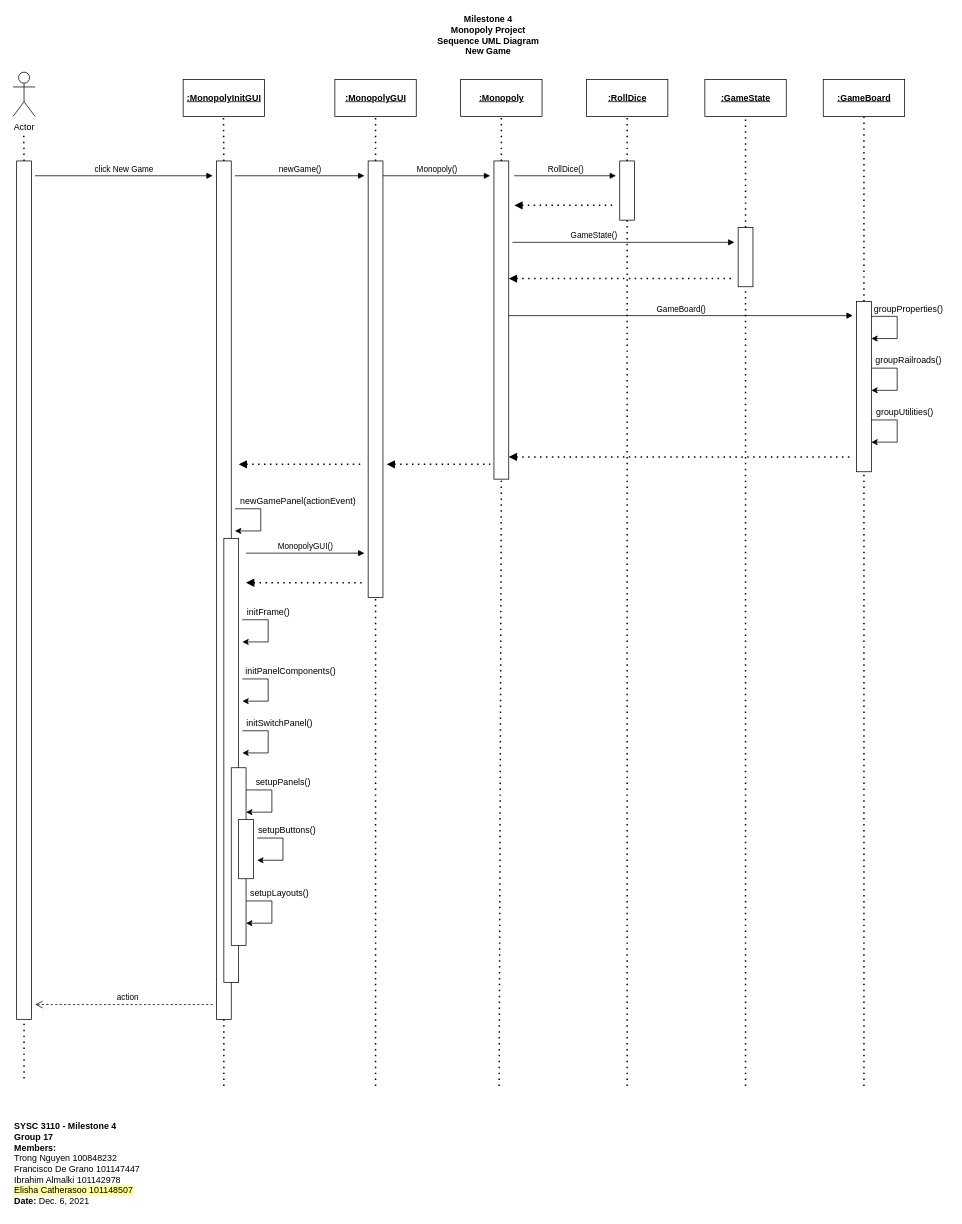
trong0dn/monopoly keeps this draw.io diagram as page "SequenceUML_2" (3 of 5) of M4_ClassUML.drawio. Above is the earlier version. Source tidied: cells renumbered, new cells numbered last; positions are measured from the earlier drawing's top-left corner, leaving out a move shared by most shapes. Both pictures are drawn from the tidied source at 74%, with x=0, y=0 at pixel (13, 13).
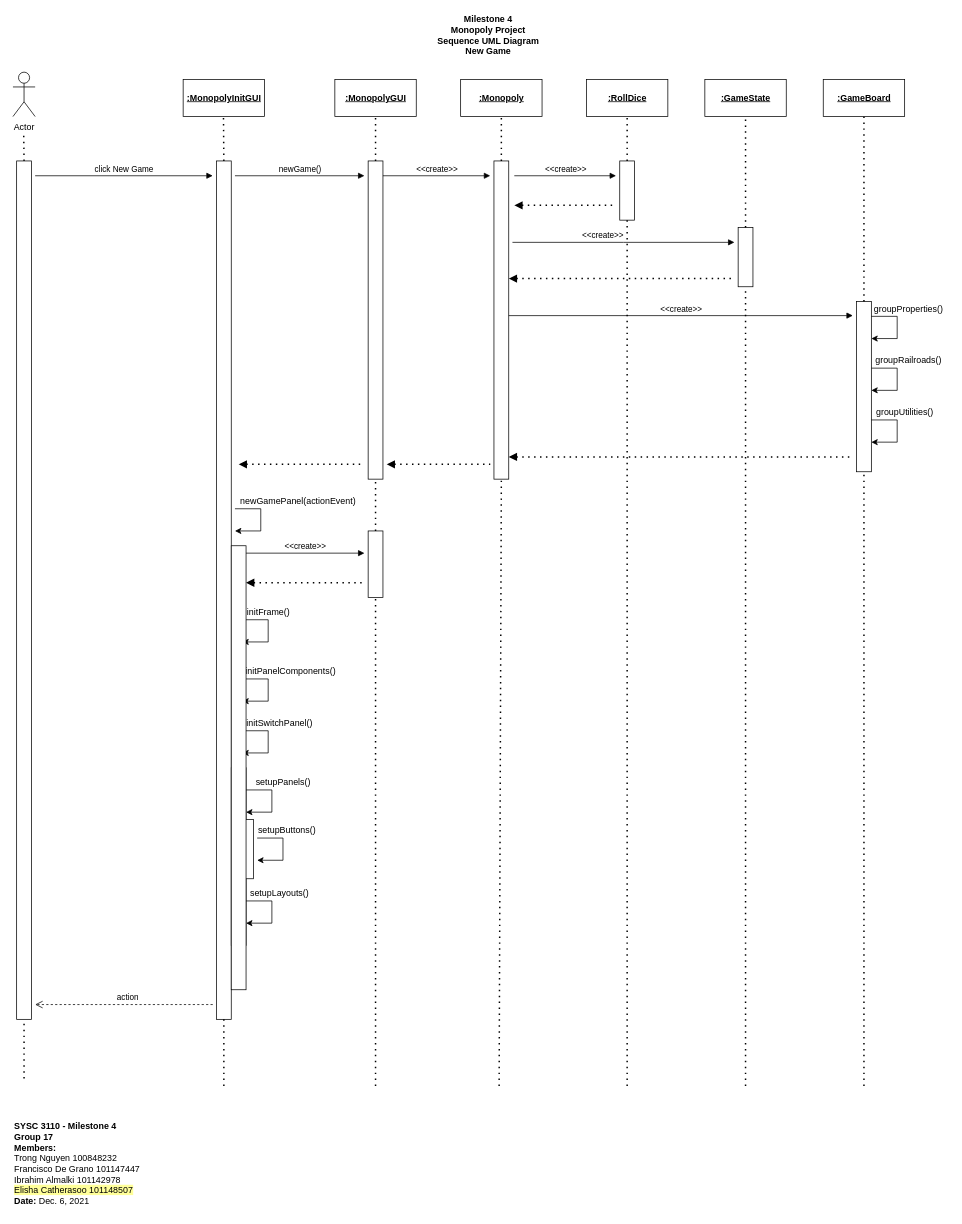
Above is the later version.

What changed in the source:
```diff
@@
     <mxCell id="21" style="rounded=0;whiteSpace=wrap;html=1;align=left;" parent="1" vertex="1">
-      <mxGeometry x="480" y="200" width="20" height="590" as="geometry" />
+      <mxGeometry x="480" y="200" width="20" height="430" as="geometry" />
     </mxCell>
@@
-    <mxCell id="27" value="Monopoly()" style="html=1;verticalAlign=bottom;endArrow=block;rounded=0;" parent="1" edge="1">
+    <mxCell id="27" value="&amp;lt;&amp;lt;create&amp;gt;&amp;gt;" style="html=1;verticalAlign=bottom;endArrow=block;rounded=0;" parent="1" edge="1">
       <mxGeometry relative="1" as="geometry">
         <mxPoint x="500" y="220" as="sourcePoint" />
         <mxPoint x="645" y="220" as="targetPoint" />
       </mxGeometry>
     </mxCell>
@@
-    <mxCell id="37" value="RollDice()" style="html=1;verticalAlign=bottom;endArrow=block;rounded=0;" parent="1" edge="1">
+    <mxCell id="37" value="&amp;lt;&amp;lt;create&amp;gt;&amp;gt;" style="html=1;verticalAlign=bottom;endArrow=block;rounded=0;" parent="1" edge="1">
       <mxGeometry relative="1" as="geometry">
         <mxPoint x="677.5" y="220" as="sourcePoint" />
         <mxPoint x="815" y="220" as="targetPoint" />
       </mxGeometry>
     </mxCell>
-    <mxCell id="38" value="GameState()" style="html=1;verticalAlign=bottom;endArrow=block;rounded=0;" parent="1" edge="1">
-      <mxGeometry x="-0.27" relative="1" as="geometry">
+    <mxCell id="38" value="&amp;lt;&amp;lt;create&amp;gt;&amp;gt;" style="html=1;verticalAlign=bottom;endArrow=block;rounded=0;" parent="1" edge="1">
+      <mxGeometry x="-0.19" relative="1" as="geometry">
         <mxPoint x="675" y="310" as="sourcePoint" />
         <mxPoint x="975" y="310" as="targetPoint" />
         <Array as="points">
           <mxPoint x="825" y="310" />
         </Array>
       </mxGeometry>
     </mxCell>
-    <mxCell id="39" value="GameBoard()" style="html=1;verticalAlign=bottom;endArrow=block;rounded=0;" parent="1" edge="1">
+    <mxCell id="39" value="&amp;lt;&amp;lt;create&amp;gt;&amp;gt;" style="html=1;verticalAlign=bottom;endArrow=block;rounded=0;" parent="1" edge="1">
       <mxGeometry relative="1" as="geometry">
         <mxPoint x="670" y="409" as="sourcePoint" />
         <mxPoint x="1135" y="409" as="targetPoint" />
       </mxGeometry>
     </mxCell>
@@
-    <mxCell id="59" value="MonopolyGUI()" style="html=1;verticalAlign=bottom;endArrow=block;rounded=0;" parent="1" edge="1">
+    <mxCell id="59" value="&amp;lt;&amp;lt;create&amp;gt;&amp;gt;" style="html=1;verticalAlign=bottom;endArrow=block;rounded=0;" parent="1" edge="1">
       <mxGeometry relative="1" as="geometry">
         <mxPoint x="315" y="730" as="sourcePoint" />
         <mxPoint x="475" y="730" as="targetPoint" />
       </mxGeometry>
     </mxCell>
@@
     <mxCell id="76" style="rounded=0;whiteSpace=wrap;html=1;" parent="1" vertex="1">
-      <mxGeometry x="285" y="710" width="20" height="600" as="geometry" />
+      <mxGeometry x="480" y="700" width="20" height="90" as="geometry" />
     </mxCell>
@@
-    <mxCell id="94" style="endArrow=none;dashed=1;html=1;dashPattern=1 3;strokeWidth=2;rounded=0;entryX=0.5;entryY=1;entryDx=0;entryDy=0;" parent="1" edge="1" target="21">
-      <mxGeometry relative="1" as="geometry">
-        <mxPoint x="490" y="1450" as="sourcePoint" />
-      </mxGeometry>
+    <mxCell id="94" style="endArrow=none;dashed=1;html=1;dashPattern=1 3;strokeWidth=2;rounded=0;entryX=0.5;entryY=1;entryDx=0;entryDy=0;exitX=0.5;exitY=0;exitDx=0;exitDy=0;" parent="1" edge="1" source="76" target="21">
+      <mxGeometry relative="1" as="geometry" />
     </mxCell>
@@
+    <mxCell id="99" style="rounded=0;whiteSpace=wrap;html=1;" parent="1" vertex="1">
+      <mxGeometry x="295" y="720" width="20" height="600" as="geometry" />
+    </mxCell>
+    <mxCell id="100" style="endArrow=none;dashed=1;html=1;dashPattern=1 3;strokeWidth=2;rounded=0;entryX=0.5;entryY=1;entryDx=0;entryDy=0;" parent="1" edge="1" target="76">
+      <mxGeometry relative="1" as="geometry">
+        <mxPoint x="490" y="1450" as="sourcePoint" />
+      </mxGeometry>
+    </mxCell>
```
